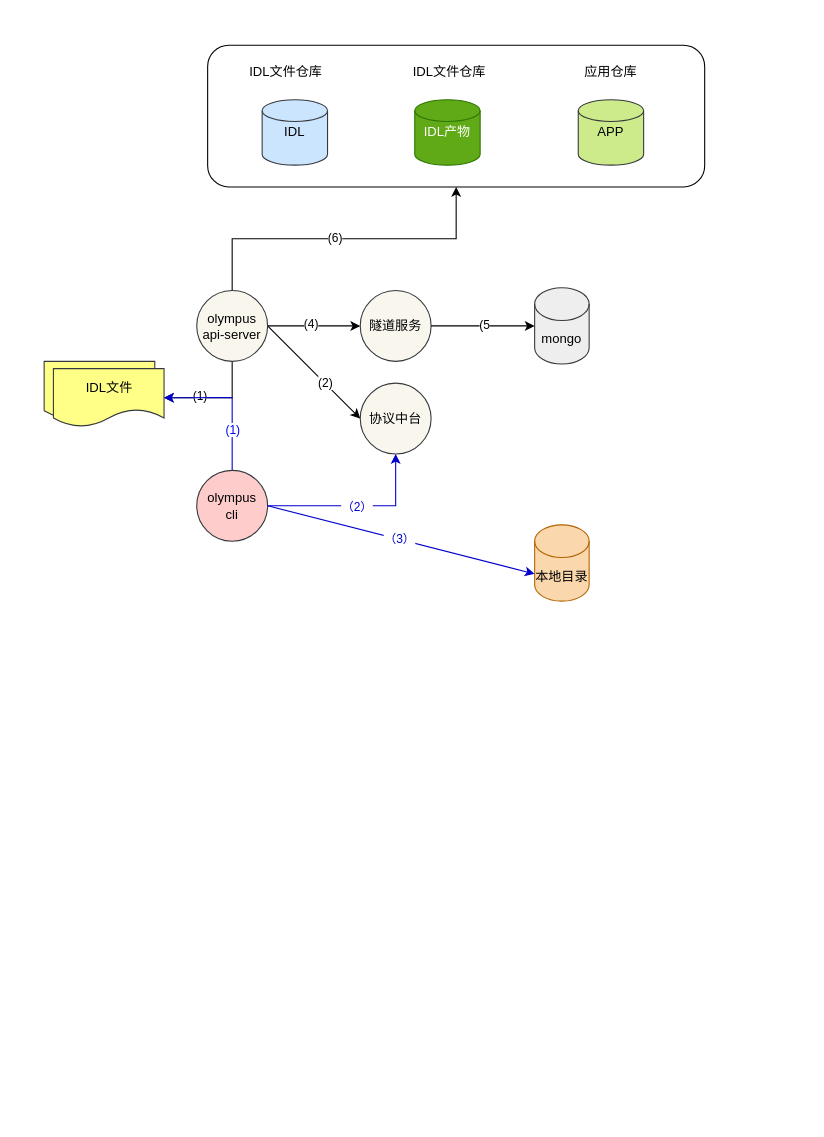
Before: page "olympus" (17 of 17) of sidecar.drawio in xinguai/asmshare, a draw.io diagram. Source tidied: cells renumbered, new cells numbered last; positions are measured from the earlier drawing's top-left corner, leaving out a move shared by most shapes. Both pictures are drawn from the tidied source at 109%, with x=0, y=0 at pixel (44, 45).
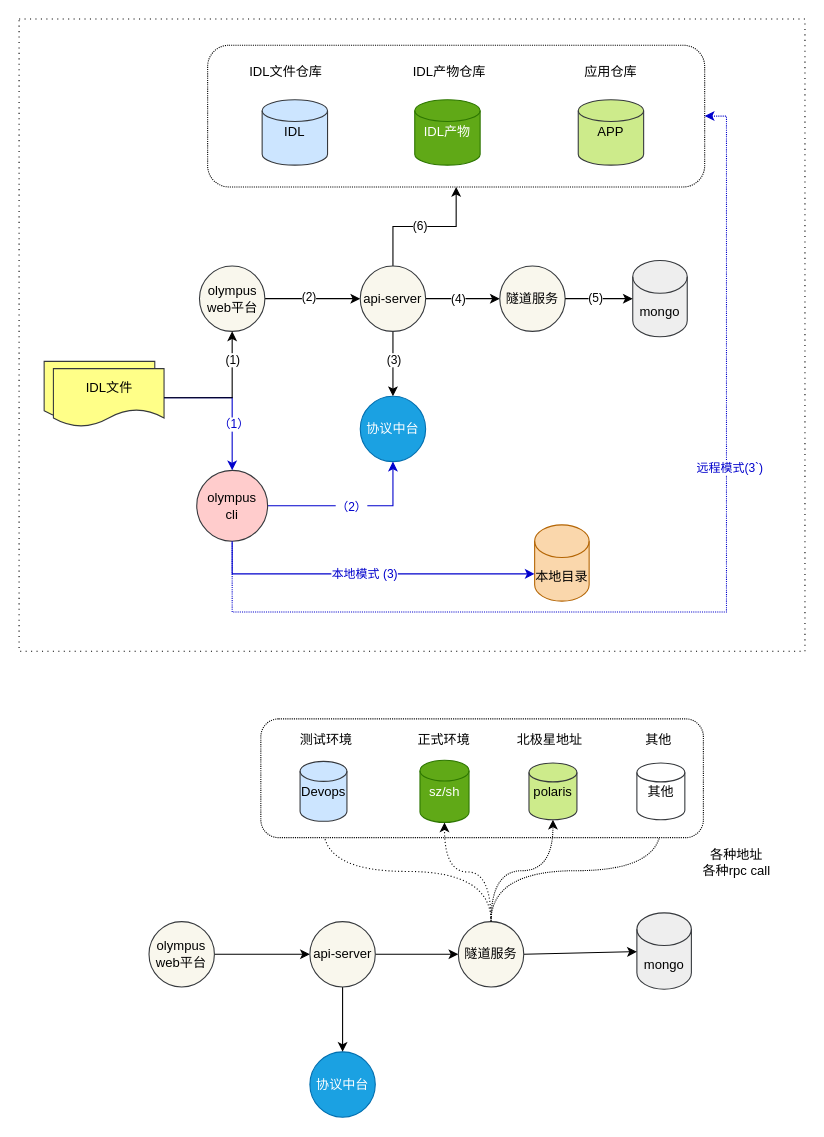
The same page after the edit.

The change refers to these unchanged cells:
```xml
<mxCell id="11" value="IDL文件" style="shape=document;whiteSpace=wrap;html=1;boundedLbl=1;fillColor=#ffff88;strokeColor=#36393d;" parent="9" vertex="1">
  <mxGeometry x="8.5" y="6.7" width="101.5" height="53.3" as="geometry" />
</mxCell>
<mxCell id="14" style="edgeStyle=none;rounded=0;jettySize=auto;html=1;exitX=1;exitY=0.5;exitDx=0;exitDy=0;entryX=0;entryY=0.5;entryDx=0;entryDy=0;" parent="1" edge="1" source="20" target="23">
  <mxGeometry relative="1" as="geometry" />
</mxCell>
<mxCell id="30" value="olympus&lt;br&gt;cli" style="ellipse;whiteSpace=wrap;html=1;fillColor=#ffcccc;strokeColor=#36393d;" parent="1" vertex="1">
  <mxGeometry x="140" y="390" width="65" height="65" as="geometry" />
</mxCell>
<mxCell id="31" value="本地目录" style="shape=cylinder3;whiteSpace=wrap;html=1;boundedLbl=1;backgroundOutline=1;size=15;fillColor=#fad7ac;strokeColor=#b46504;" parent="1" vertex="1">
  <mxGeometry x="450" y="440" width="50" height="70" as="geometry" />
</mxCell>
```

What changed in the source:
```diff
@@
+    <mxCell id="34" style="rounded=0;whiteSpace=wrap;html=1;dashed=1;dashPattern=1 4;" parent="1" vertex="1">
+      <mxGeometry x="-23" y="-24" width="721" height="580" as="geometry" />
+    </mxCell>
-    <mxCell id="2" style="rounded=1;whiteSpace=wrap;html=1;" parent="1" vertex="1">
+    <mxCell id="2" style="rounded=1;whiteSpace=wrap;html=1;shadow=0;dashed=1;dashPattern=1 1;" parent="1" vertex="1">
       <mxGeometry x="150" width="456" height="130" as="geometry" />
     </mxCell>
@@
-    <mxCell id="4" value="IDL文件仓库" style="text;html=1;strokeColor=none;fillColor=none;align=center;verticalAlign=middle;whiteSpace=wrap;rounded=0;" parent="1" vertex="1">
+    <mxCell id="4" value="IDL产物仓库" style="text;html=1;strokeColor=none;fillColor=none;align=center;verticalAlign=middle;whiteSpace=wrap;rounded=0;" parent="1" vertex="1">
       <mxGeometry x="334" y="10" width="76" height="30" as="geometry" />
     </mxCell>
@@
-    <mxCell id="12" style="edgeStyle=none;rounded=0;jettySize=auto;html=1;exitX=1;exitY=0.5;exitDx=0;exitDy=0;entryX=0;entryY=0.5;entryDx=0;entryDy=0;" parent="1" edge="1" source="20" target="22">
-      <mxGeometry relative="1" as="geometry" />
-    </mxCell>
-    <mxCell id="13" value="(2)" style="edgeLabel;html=1;align=center;verticalAlign=middle;" parent="12" vertex="1">
-      <mxGeometry x="0.23" relative="1" as="geometry" />
-    </mxCell>
@@
-    <mxCell id="15" value="(4)" style="edgeLabel;html=1;align=center;verticalAlign=middle;" parent="14" vertex="1">
+    <mxCell id="15" value="(2)" style="edgeLabel;html=1;align=center;verticalAlign=middle;" parent="14" vertex="1">
       <mxGeometry x="-0.08" y="1" relative="1" as="geometry">
         <mxPoint y="-1" as="offset" />
       </mxGeometry>
     </mxCell>
-    <mxCell id="16" style="edgeStyle=orthogonalEdgeStyle;rounded=0;jettySize=auto;html=1;exitX=0.5;exitY=0;exitDx=0;exitDy=0;entryX=0.5;entryY=1;entryDx=0;entryDy=0;" parent="1" edge="1" source="20" target="2">
+    <mxCell id="16" style="edgeStyle=orthogonalEdgeStyle;rounded=0;jettySize=auto;html=1;exitX=0.5;exitY=0;exitDx=0;exitDy=0;entryX=0.5;entryY=1;entryDx=0;entryDy=0;" parent="1" edge="1" source="23" target="2">
       <mxGeometry relative="1" as="geometry" />
     </mxCell>
@@
-    <mxCell id="18" style="edgeStyle=orthogonalEdgeStyle;rounded=0;jettySize=auto;html=1;exitX=0.5;exitY=1;exitDx=0;exitDy=0;entryX=1;entryY=0.5;entryDx=0;entryDy=0;" parent="1" edge="1" source="20" target="11">
-      <mxGeometry relative="1" as="geometry" />
-    </mxCell>
-    <mxCell id="19" value="(1)" style="edgeLabel;html=1;align=center;verticalAlign=middle;" parent="18" vertex="1">
-      <mxGeometry x="0.31" y="-2" relative="1" as="geometry" />
-    </mxCell>
-    <mxCell id="20" value="olympus&lt;br&gt;api-server" style="ellipse;whiteSpace=wrap;html=1;fillColor=#f9f7ed;strokeColor=#36393d;" parent="1" vertex="1">
-      <mxGeometry x="140" y="225" width="65" height="65" as="geometry" />
+    <mxCell id="20" value="olympus&lt;br&gt;web平台" style="ellipse;whiteSpace=wrap;html=1;fillColor=#f9f7ed;strokeColor=#36393d;" parent="1" vertex="1">
+      <mxGeometry x="142.5" y="202.5" width="60" height="60" as="geometry" />
     </mxCell>
     <mxCell id="21" value="mongo" style="shape=cylinder3;whiteSpace=wrap;html=1;boundedLbl=1;backgroundOutline=1;size=15;fillColor=#eeeeee;strokeColor=#36393d;" parent="1" vertex="1">
-      <mxGeometry x="450" y="222.5" width="50" height="70" as="geometry" />
+      <mxGeometry x="540" y="197.5" width="50" height="70" as="geometry" />
     </mxCell>
-    <mxCell id="22" value="协议中台" style="ellipse;whiteSpace=wrap;html=1;fillColor=#f9f7ed;strokeColor=#36393d;" parent="1" vertex="1">
-      <mxGeometry x="290" y="310" width="65" height="65" as="geometry" />
+    <mxCell id="22" value="协议中台" style="ellipse;whiteSpace=wrap;html=1;fillColor=#1ba1e2;strokeColor=#006EAF;fontColor=#ffffff;" parent="1" vertex="1">
+      <mxGeometry x="290" y="322" width="60" height="60" as="geometry" />
     </mxCell>
+    <mxCell id="35" style="edgeStyle=none;rounded=0;jettySize=auto;html=1;exitX=1;exitY=0.5;exitDx=0;exitDy=0;entryX=0;entryY=0.5;entryDx=0;entryDy=0;" parent="1" edge="1" source="23" target="44">
+      <mxGeometry relative="1" as="geometry" />
+    </mxCell>
+    <mxCell id="36" value="(4)" style="edgeLabel;html=1;align=center;verticalAlign=middle;" parent="35" vertex="1">
+      <mxGeometry x="-0.14" relative="1" as="geometry" />
+    </mxCell>
+    <mxCell id="37" style="edgeStyle=none;rounded=0;jettySize=auto;html=1;exitX=0.5;exitY=1;exitDx=0;exitDy=0;" parent="1" edge="1" source="23" target="22">
+      <mxGeometry relative="1" as="geometry" />
+    </mxCell>
+    <mxCell id="38" value="(3)" style="edgeLabel;html=1;align=center;verticalAlign=middle;" parent="37" vertex="1">
+      <mxGeometry x="-0.14" relative="1" as="geometry" />
+    </mxCell>
-    <mxCell id="23" value="隧道服务" style="ellipse;whiteSpace=wrap;html=1;fillColor=#f9f7ed;strokeColor=#36393d;" parent="1" vertex="1">
-      <mxGeometry x="290" y="225" width="65" height="65" as="geometry" />
+    <mxCell id="23" value="api-server" style="ellipse;whiteSpace=wrap;html=1;fillColor=#f9f7ed;strokeColor=#36393d;" parent="1" vertex="1">
+      <mxGeometry x="290" y="202.5" width="60" height="60" as="geometry" />
     </mxCell>
-    <mxCell id="24" style="edgeStyle=none;rounded=0;jettySize=auto;html=1;exitX=1;exitY=0.5;exitDx=0;exitDy=0;entryX=0;entryY=0.5;entryDx=0;entryDy=0;entryPerimeter=0;" parent="1" edge="1" source="23" target="21">
-      <mxGeometry relative="1" as="geometry" />
-    </mxCell>
-    <mxCell id="25" value="(5" style="edgeLabel;html=1;align=center;verticalAlign=middle;" parent="24" vertex="1">
-      <mxGeometry y="2" relative="1" as="geometry">
-        <mxPoint y="1" as="offset" />
-      </mxGeometry>
-    </mxCell>
-    <mxCell id="26" style="edgeStyle=orthogonalEdgeStyle;rounded=0;jettySize=auto;html=1;exitX=0.5;exitY=0;exitDx=0;exitDy=0;entryX=1;entryY=0.5;entryDx=0;entryDy=0;strokeColor=#0000CC;" parent="1" edge="1" source="30" target="11">
-      <mxGeometry relative="1" as="geometry" />
-    </mxCell>
-    <mxCell id="27" value="&lt;font color=&quot;#0000ff&quot;&gt;(1)&lt;/font&gt;" style="edgeLabel;html=1;align=center;verticalAlign=middle;" parent="26" vertex="1">
-      <mxGeometry x="-0.41" relative="1" as="geometry" />
-    </mxCell>
@@
+    <mxCell id="39" style="edgeStyle=orthogonalEdgeStyle;rounded=0;jettySize=auto;html=1;exitX=0.5;exitY=1;exitDx=0;exitDy=0;entryX=1;entryY=0.5;entryDx=0;entryDy=0;dashed=1;dashPattern=1 1;strokeColor=#0000CC;" parent="1" edge="1" source="30" target="2">
+      <mxGeometry relative="1" as="geometry">
+        <Array as="points">
+          <mxPoint x="172" y="520" />
+          <mxPoint x="626" y="520" />
+          <mxPoint x="626" y="65" />
+        </Array>
+      </mxGeometry>
+    </mxCell>
+    <mxCell id="40" value="&lt;font color=&quot;#0000cc&quot;&gt;远程模式(3`)&lt;/font&gt;" style="edgeLabel;html=1;align=center;verticalAlign=middle;" parent="39" vertex="1">
+      <mxGeometry x="0.31" y="-2" relative="1" as="geometry" />
+    </mxCell>
@@
-    <mxCell id="32" style="edgeStyle=none;rounded=0;jettySize=auto;html=1;exitX=1;exitY=0.5;exitDx=0;exitDy=0;entryX=0;entryY=0;entryDx=0;entryDy=45;entryPerimeter=0;strokeColor=#0000CC;" parent="1" edge="1" source="30" target="31">
+    <mxCell id="32" style="edgeStyle=orthogonalEdgeStyle;rounded=0;jettySize=auto;html=1;exitX=0.5;exitY=1;exitDx=0;exitDy=0;entryX=0;entryY=0;entryDx=0;entryDy=45;entryPerimeter=0;strokeColor=#0000CC;" parent="1" edge="1" source="30" target="31">
       <mxGeometry relative="1" as="geometry" />
     </mxCell>
-    <mxCell id="33" value="&lt;font color=&quot;#0000cc&quot;&gt;（3）&lt;/font&gt;" style="edgeLabel;html=1;align=center;verticalAlign=middle;" parent="32" vertex="1">
+    <mxCell id="33" value="&lt;font color=&quot;#0000cc&quot;&gt;本地模式 (3)&lt;/font&gt;" style="edgeLabel;html=1;align=center;verticalAlign=middle;" parent="32" vertex="1">
       <mxGeometry x="-0.02" y="1" relative="1" as="geometry" />
     </mxCell>
+    <mxCell id="41" style="edgeStyle=orthogonalEdgeStyle;rounded=0;jettySize=auto;html=1;exitX=1;exitY=0.5;exitDx=0;exitDy=0;entryX=0.5;entryY=0;entryDx=0;entryDy=0;strokeColor=#0000CC;" parent="1" edge="1" source="11" target="30">
+      <mxGeometry relative="1" as="geometry" />
+    </mxCell>
+    <mxCell id="42" value="&lt;font color=&quot;#0000cc&quot;&gt;（1）&lt;/font&gt;" style="edgeLabel;html=1;align=center;verticalAlign=middle;" parent="41" vertex="1">
+      <mxGeometry x="0.35" y="1" relative="1" as="geometry" />
+    </mxCell>
+    <mxCell id="43" style="edgeStyle=orthogonalEdgeStyle;rounded=0;jettySize=auto;html=1;exitX=1;exitY=0.5;exitDx=0;exitDy=0;entryX=0.5;entryY=1;entryDx=0;entryDy=0;" parent="1" edge="1" source="11" target="20">
+      <mxGeometry relative="1" as="geometry" />
+    </mxCell>
+    <mxCell id="19" value="(1)" style="edgeLabel;html=1;align=center;verticalAlign=middle;" parent="43" vertex="1">
+      <mxGeometry x="0.57" relative="1" as="geometry" />
+    </mxCell>
+    <mxCell id="44" value="隧道服务" style="ellipse;whiteSpace=wrap;html=1;fillColor=#f9f7ed;strokeColor=#36393d;" parent="1" vertex="1">
+      <mxGeometry x="418" y="202.5" width="60" height="60" as="geometry" />
+    </mxCell>
+    <mxCell id="45" style="edgeStyle=none;rounded=0;jettySize=auto;html=1;exitX=1;exitY=0.5;exitDx=0;exitDy=0;entryX=0;entryY=0.5;entryDx=0;entryDy=0;entryPerimeter=0;" parent="1" edge="1" source="44" target="21">
+      <mxGeometry relative="1" as="geometry" />
+    </mxCell>
+    <mxCell id="46" value="(5)" style="edgeLabel;html=1;align=center;verticalAlign=middle;" parent="45" vertex="1">
+      <mxGeometry x="-0.13" y="1" relative="1" as="geometry" />
+    </mxCell>
+    <mxCell id="47" style="edgeStyle=none;rounded=0;jettySize=auto;html=1;exitX=1;exitY=0.5;exitDx=0;exitDy=0;entryX=0;entryY=0.5;entryDx=0;entryDy=0;" parent="1" edge="1" source="48" target="53">
+      <mxGeometry relative="1" as="geometry" />
+    </mxCell>
+    <mxCell id="48" value="olympus&lt;br&gt;web平台" style="ellipse;whiteSpace=wrap;html=1;fillColor=#f9f7ed;strokeColor=#36393d;" parent="1" vertex="1">
+      <mxGeometry x="96.2" y="804" width="60" height="60" as="geometry" />
+    </mxCell>
+    <mxCell id="49" value="mongo" style="shape=cylinder3;whiteSpace=wrap;html=1;boundedLbl=1;backgroundOutline=1;size=15;fillColor=#eeeeee;strokeColor=#36393d;" parent="1" vertex="1">
+      <mxGeometry x="543.8" y="796" width="50" height="70" as="geometry" />
+    </mxCell>
+    <mxCell id="50" value="协议中台" style="ellipse;whiteSpace=wrap;html=1;fillColor=#1ba1e2;strokeColor=#006EAF;fontColor=#ffffff;" parent="1" vertex="1">
+      <mxGeometry x="243.8" y="923.5" width="60" height="60" as="geometry" />
+    </mxCell>
+    <mxCell id="51" style="edgeStyle=none;rounded=0;jettySize=auto;html=1;exitX=0.5;exitY=1;exitDx=0;exitDy=0;" parent="1" edge="1" source="53" target="50">
+      <mxGeometry relative="1" as="geometry" />
+    </mxCell>
+    <mxCell id="52" style="edgeStyle=none;rounded=0;jettySize=auto;html=1;exitX=1;exitY=0.5;exitDx=0;exitDy=0;entryX=0;entryY=0.5;entryDx=0;entryDy=0;" parent="1" edge="1" source="53" target="57">
+      <mxGeometry relative="1" as="geometry" />
+    </mxCell>
+    <mxCell id="53" value="api-server" style="ellipse;whiteSpace=wrap;html=1;fillColor=#f9f7ed;strokeColor=#36393d;" parent="1" vertex="1">
+      <mxGeometry x="243.8" y="804" width="60" height="60" as="geometry" />
+    </mxCell>
+    <mxCell id="54" style="edgeStyle=none;rounded=0;jettySize=auto;html=1;exitX=1;exitY=0.5;exitDx=0;exitDy=0;" parent="1" edge="1" source="57" target="49">
+      <mxGeometry relative="1" as="geometry" />
+    </mxCell>
+    <mxCell id="55" style="edgeStyle=orthogonalEdgeStyle;curved=1;rounded=0;jettySize=auto;html=1;exitX=0.5;exitY=0;exitDx=0;exitDy=0;dashed=1;dashPattern=1 2;" parent="1" edge="1" source="57" target="63">
+      <mxGeometry relative="1" as="geometry" />
+    </mxCell>
+    <mxCell id="56" style="edgeStyle=orthogonalEdgeStyle;curved=1;rounded=0;jettySize=auto;html=1;exitX=0.5;exitY=0;exitDx=0;exitDy=0;dashed=1;dashPattern=1 1;" parent="1" edge="1" source="57" target="65">
+      <mxGeometry relative="1" as="geometry" />
+    </mxCell>
+    <mxCell id="57" value="隧道服务" style="ellipse;whiteSpace=wrap;html=1;fillColor=#f9f7ed;strokeColor=#36393d;" parent="1" vertex="1">
+      <mxGeometry x="380" y="804" width="60" height="60" as="geometry" />
+    </mxCell>
+    <mxCell id="58" style="rounded=1;whiteSpace=wrap;html=1;shadow=0;dashed=1;dashPattern=1 1;" parent="1" vertex="1">
+      <mxGeometry x="198.8" y="618" width="406" height="109" as="geometry" />
+    </mxCell>
+    <mxCell id="59" value="sz/sh" style="strokeWidth=1;html=1;shape=mxgraph.flowchart.database;whiteSpace=wrap;fillColor=#60a917;strokeColor=#2D7600;fontColor=#ffffff;" parent="1" vertex="1">
+      <mxGeometry x="344.8" y="656" width="45" height="57" as="geometry" />
+    </mxCell>
+    <mxCell id="60" value="正式环境" style="text;html=1;strokeColor=none;fillColor=none;align=center;verticalAlign=middle;whiteSpace=wrap;rounded=0;" parent="1" vertex="1">
+      <mxGeometry x="329.2" y="623" width="76" height="30" as="geometry" />
+    </mxCell>
+    <mxCell id="61" value="polaris" style="strokeWidth=1;html=1;shape=mxgraph.flowchart.database;whiteSpace=wrap;fillColor=#cdeb8b;strokeColor=#36393d;" parent="1" vertex="1">
+      <mxGeometry x="444.8" y="658.5" width="44" height="52" as="geometry" />
+    </mxCell>
+    <mxCell id="62" value="北极星地址" style="text;html=1;strokeColor=none;fillColor=none;align=center;verticalAlign=middle;whiteSpace=wrap;rounded=0;" parent="1" vertex="1">
+      <mxGeometry x="425.5" y="623" width="76" height="30" as="geometry" />
+    </mxCell>
+    <mxCell id="63" value="Devops" style="strokeWidth=1;html=1;shape=mxgraph.flowchart.database;whiteSpace=wrap;fillColor=#cce5ff;strokeColor=#36393d;" parent="1" vertex="1">
+      <mxGeometry x="234.8" y="657" width="43" height="55" as="geometry" />
+    </mxCell>
+    <mxCell id="64" value="测试环境" style="text;html=1;strokeColor=none;fillColor=none;align=center;verticalAlign=middle;whiteSpace=wrap;rounded=0;" parent="1" vertex="1">
+      <mxGeometry x="220.8" y="623" width="76" height="30" as="geometry" />
+    </mxCell>
+    <mxCell id="65" value="其他" style="strokeWidth=1;html=1;shape=mxgraph.flowchart.database;whiteSpace=wrap;fillColor=#FFFFFF;strokeColor=#36393d;" parent="1" vertex="1">
+      <mxGeometry x="543.8" y="658.5" width="44" height="52" as="geometry" />
+    </mxCell>
+    <mxCell id="66" value="其他" style="text;html=1;strokeColor=none;fillColor=none;align=center;verticalAlign=middle;whiteSpace=wrap;rounded=0;" parent="1" vertex="1">
+      <mxGeometry x="525.8" y="623" width="76" height="30" as="geometry" />
+    </mxCell>
+    <mxCell id="67" style="edgeStyle=orthogonalEdgeStyle;curved=1;rounded=0;jettySize=auto;html=1;exitX=0.5;exitY=0;exitDx=0;exitDy=0;entryX=0.5;entryY=1;entryDx=0;entryDy=0;entryPerimeter=0;dashed=1;dashPattern=1 2;" parent="1" edge="1" source="57" target="59">
+      <mxGeometry relative="1" as="geometry" />
+    </mxCell>
+    <mxCell id="68" style="edgeStyle=orthogonalEdgeStyle;curved=1;rounded=0;jettySize=auto;html=1;exitX=0.5;exitY=0;exitDx=0;exitDy=0;entryX=0.5;entryY=1;entryDx=0;entryDy=0;entryPerimeter=0;dashed=1;dashPattern=1 1;" parent="1" edge="1" source="57" target="61">
+      <mxGeometry relative="1" as="geometry" />
+    </mxCell>
+    <mxCell id="69" value="各种地址&lt;br&gt;各种rpc call" style="text;html=1;strokeColor=none;fillColor=none;align=center;verticalAlign=middle;whiteSpace=wrap;rounded=0;" parent="1" vertex="1">
+      <mxGeometry x="582" y="735" width="107" height="30" as="geometry" />
+    </mxCell>
```
